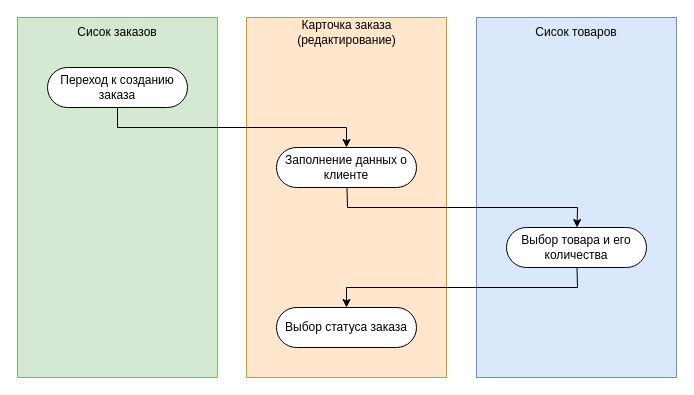
The draw.io diagram order changing.drawio in omelchenkopete/SA, before the edit. Source tidied: cells renumbered, new cells numbered last; positions are measured from the earlier drawing's top-left corner, leaving out a move shared by most shapes. Both pictures are drawn from the tidied source at 100%, with x=0, y=0 at pixel (17, 17).
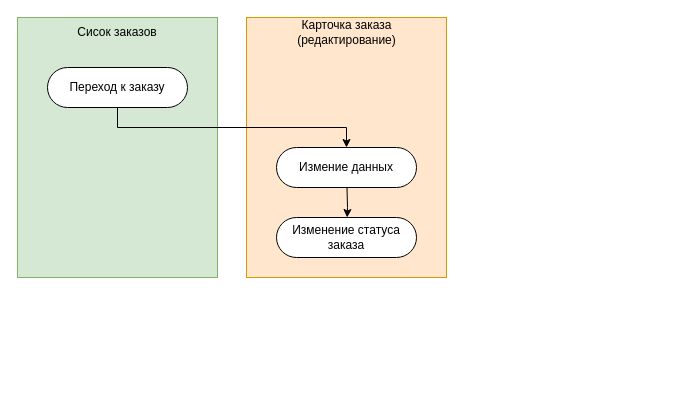
After the change.

Diff of the diagram source:
```diff
@@
 <mxGraphModel>
   <root>
     <mxCell id="0" />
     <mxCell id="1" parent="0" />
     <mxCell id="2" style="whiteSpace=wrap;html=1;fillColor=#ffe6cc;strokeColor=#d79b00;" parent="1" vertex="1">
-      <mxGeometry x="229" width="200" height="360" as="geometry" />
+      <mxGeometry x="229" width="200" height="260" as="geometry" />
     </mxCell>
     <mxCell id="3" style="whiteSpace=wrap;html=1;fillColor=#d5e8d4;strokeColor=#82b366;" parent="1" vertex="1">
-      <mxGeometry width="200" height="360" as="geometry" />
+      <mxGeometry width="200" height="260" as="geometry" />
     </mxCell>
     <mxCell id="4" value="Сисок заказов" style="text;html=1;align=center;verticalAlign=middle;whiteSpace=wrap;rounded=0;fontColor=#000000;" parent="1" vertex="1">
       <mxGeometry x="55" width="90" height="30" as="geometry" />
     </mxCell>
     <mxCell id="5" value="Карточка заказа (редактирование)" style="text;html=1;align=center;verticalAlign=middle;whiteSpace=wrap;rounded=0;fontColor=#000000;" parent="1" vertex="1">
       <mxGeometry x="273.5" width="111" height="30" as="geometry" />
     </mxCell>
-    <mxCell id="6" value="Переход к созданию заказа" style="rounded=1;whiteSpace=wrap;html=1;arcSize=50;" parent="1" vertex="1">
+    <mxCell id="6" value="Переход к заказу" style="rounded=1;whiteSpace=wrap;html=1;arcSize=50;" parent="1" vertex="1">
       <mxGeometry x="30" y="50" width="140" height="40" as="geometry" />
     </mxCell>
-    <mxCell id="7" value="Заполнение данных о клиенте" style="rounded=1;whiteSpace=wrap;html=1;arcSize=50;" parent="1" vertex="1">
+    <mxCell id="7" value="Измение данных" style="rounded=1;whiteSpace=wrap;html=1;arcSize=50;" parent="1" vertex="1">
       <mxGeometry x="259" y="130" width="140" height="40" as="geometry" />
     </mxCell>
     <mxCell id="8" style="endArrow=classic;html=1;rounded=0;" parent="1" edge="1" source="6" target="7">
       <mxGeometry relative="1" as="geometry">
         <Array as="points">
           <mxPoint x="100" y="110" />
           <mxPoint x="329" y="110" />
         </Array>
       </mxGeometry>
     </mxCell>
-    <mxCell id="9" style="whiteSpace=wrap;html=1;fillColor=#dae8fc;strokeColor=#6c8ebf;" parent="1" vertex="1">
-      <mxGeometry x="459" width="200" height="360" as="geometry" />
-    </mxCell>
-    <mxCell id="10" value="Сисок товаров" style="text;html=1;align=center;verticalAlign=middle;whiteSpace=wrap;rounded=0;fontColor=#000000;" parent="1" vertex="1">
-      <mxGeometry x="514" width="90" height="30" as="geometry" />
-    </mxCell>
-    <mxCell id="11" value="Выбор товара и его количества" style="rounded=1;whiteSpace=wrap;html=1;arcSize=50;" parent="1" vertex="1">
-      <mxGeometry x="489" y="210" width="140" height="40" as="geometry" />
-    </mxCell>
-    <mxCell id="12" style="endArrow=classic;html=1;rounded=0;" parent="1" edge="1" source="7" target="11">
+    <mxCell id="12" style="endArrow=classic;html=1;rounded=0;" parent="1" edge="1" source="7" target="13">
       <mxGeometry relative="1" as="geometry">
         <Array as="points">
           <mxPoint x="330" y="190" />
-          <mxPoint x="560" y="190" />
         </Array>
       </mxGeometry>
     </mxCell>
-    <mxCell id="13" value="Выбор статуса заказа" style="rounded=1;whiteSpace=wrap;html=1;arcSize=50;" parent="1" vertex="1">
-      <mxGeometry x="259" y="290" width="140" height="40" as="geometry" />
+    <mxCell id="13" value="Изменение статуса заказа" style="rounded=1;whiteSpace=wrap;html=1;arcSize=50;" parent="1" vertex="1">
+      <mxGeometry x="259" y="200" width="140" height="40" as="geometry" />
     </mxCell>
-    <mxCell id="14" style="endArrow=classic;html=1;rounded=0;" parent="1" edge="1" source="11" target="13">
-      <mxGeometry relative="1" as="geometry">
-        <Array as="points">
-          <mxPoint x="560" y="270" />
-          <mxPoint x="329" y="270" />
-        </Array>
-      </mxGeometry>
-    </mxCell>
   </root>
 </mxGraphModel>
```
